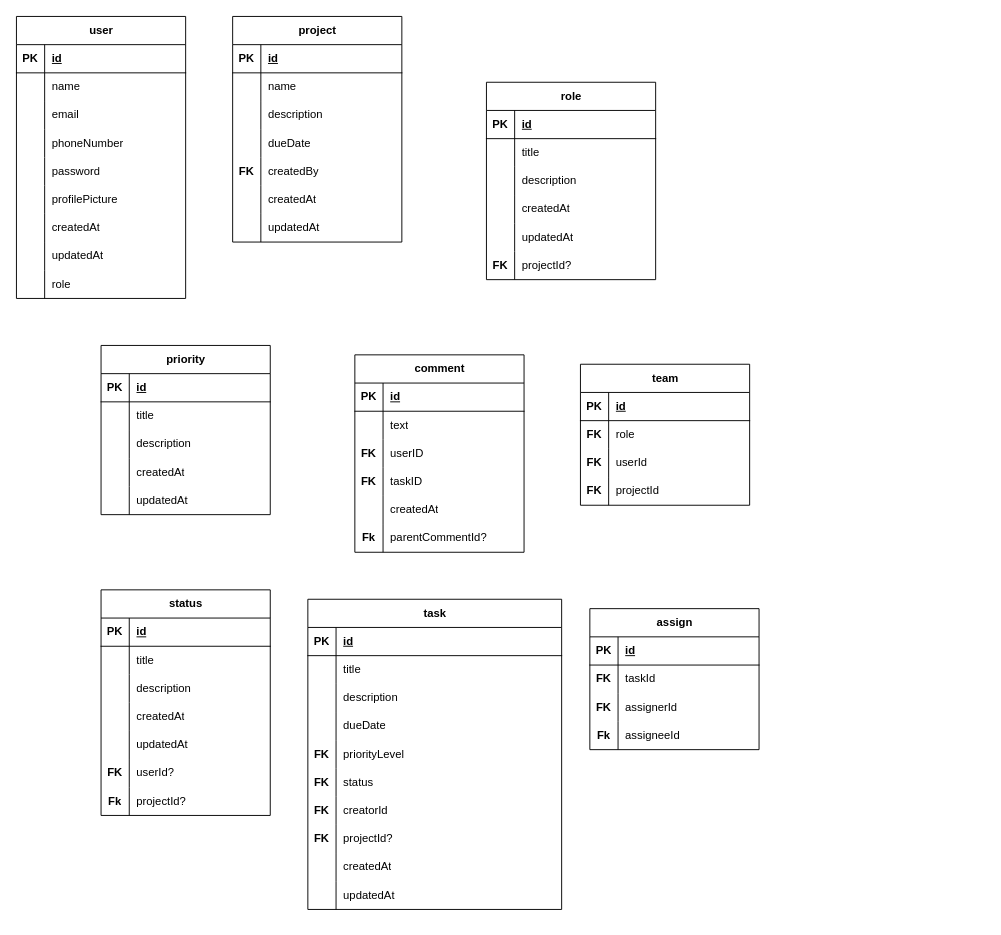
Earlier version of the draw.io diagram TaskProERD.drawio (hossain101199/AtichTaskAuth). Source tidied: cells renumbered, new cells numbered last; positions are measured from the earlier drawing's top-left corner, leaving out a move shared by most shapes. Both pictures are drawn from the tidied source at 94%, with x=0, y=0 at pixel (16, 16).
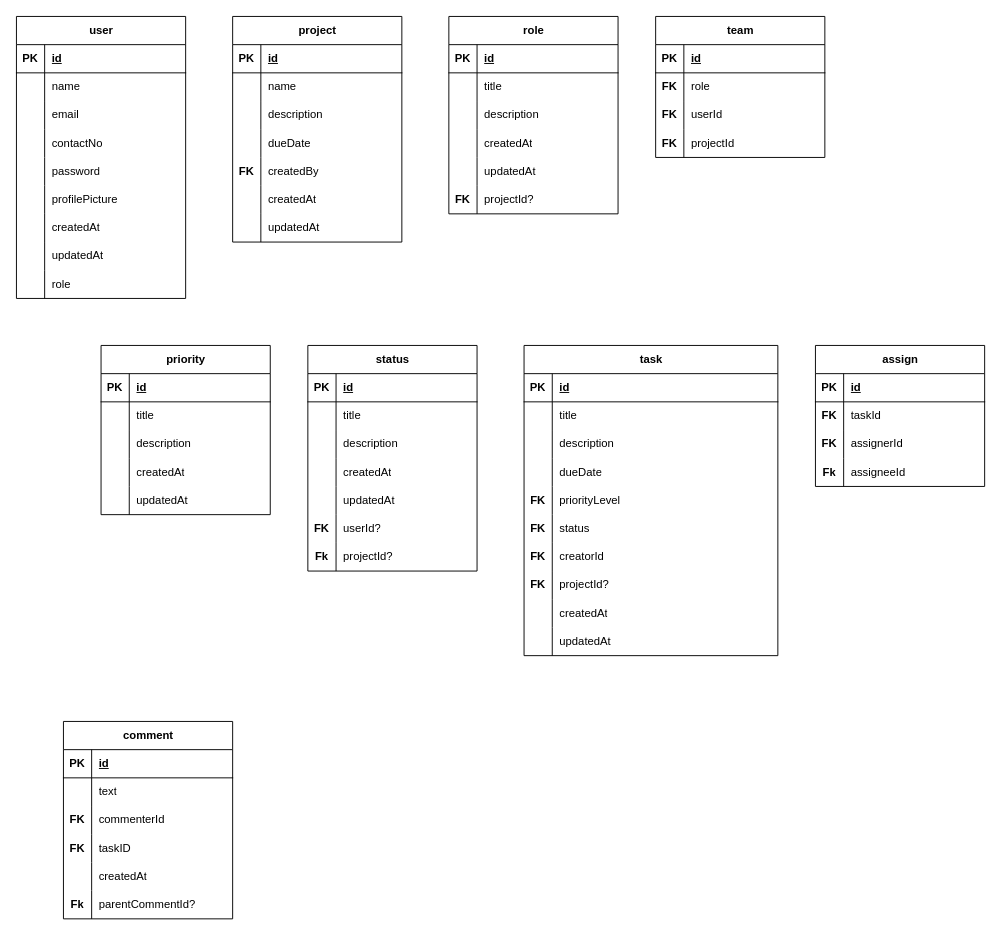
After the change.

Unchanged cells that the change refers to:
```xml
<mxCell id="12" style="shape=tableRow;horizontal=0;startSize=0;swimlaneHead=0;swimlaneBody=0;fillColor=none;top=0;left=0;right=0;bottom=0;" parent="2" vertex="1">
  <mxGeometry y="120" width="180" height="30" as="geometry" />
</mxCell>
<mxCell id="138" style="shape=tableRow;horizontal=0;startSize=0;swimlaneHead=0;swimlaneBody=0;fillColor=none;top=0;left=0;right=0;bottom=0;" parent="131" vertex="1">
  <mxGeometry y="90" width="180" height="30" as="geometry" />
</mxCell>
```

The edit, as a diff of the source:
```diff
@@
-    <mxCell id="14" value="phoneNumber" style="shape=partialRectangle;fillColor=none;top=0;left=0;bottom=0;right=0;align=left;spacingLeft=6;overflow=hidden;whiteSpace=wrap;html=1;" parent="12" vertex="1">
+    <mxCell id="14" value="contactNo" style="shape=partialRectangle;fillColor=none;top=0;left=0;bottom=0;right=0;align=left;spacingLeft=6;overflow=hidden;whiteSpace=wrap;html=1;" parent="12" vertex="1">
       <mxGeometry x="30" width="150" height="30" as="geometry" />
     </mxCell>
@@
     <mxCell id="30" value="status" style="shape=table;startSize=30;childLayout=tableLayout;rowLines=0;fontStyle=1;align=center;html=1;" parent="1" vertex="1">
-      <mxGeometry x="90" y="610" width="180" height="240" as="geometry" />
+      <mxGeometry x="310" y="350" width="180" height="240" as="geometry" />
     </mxCell>
@@
     <mxCell id="68" value="team" style="shape=table;startSize=30;childLayout=tableLayout;rowLines=0;fontStyle=1;align=center;html=1;" parent="1" vertex="1">
-      <mxGeometry x="600" y="370" width="180" height="150" as="geometry" />
+      <mxGeometry x="680" width="180" height="150" as="geometry" />
     </mxCell>
@@
     <mxCell id="81" value="role" style="shape=table;startSize=30;childLayout=tableLayout;rowLines=0;fontStyle=1;align=center;html=1;" parent="1" vertex="1">
-      <mxGeometry x="500" y="70" width="180" height="210" as="geometry" />
+      <mxGeometry x="460" width="180" height="210" as="geometry" />
     </mxCell>
@@
     <mxCell id="100" value="task" style="shape=table;startSize=30;childLayout=tableLayout;rowLines=0;fontStyle=1;align=center;html=1;" parent="1" vertex="1">
-      <mxGeometry x="310" y="620" width="270" height="330" as="geometry" />
+      <mxGeometry x="540" y="350" width="270" height="330" as="geometry" />
     </mxCell>
@@
     <mxCell id="131" value="comment" style="shape=table;startSize=30;childLayout=tableLayout;rowLines=0;fontStyle=1;align=center;html=1;" parent="1" vertex="1">
-      <mxGeometry x="360" y="360" width="180" height="210" as="geometry" />
+      <mxGeometry x="50" y="750" width="180" height="210" as="geometry" />
     </mxCell>
@@
-    <mxCell id="140" value="userID" style="shape=partialRectangle;fillColor=none;top=0;left=0;bottom=0;right=0;align=left;spacingLeft=6;overflow=hidden;whiteSpace=wrap;html=1;" parent="138" vertex="1">
+    <mxCell id="140" value="commenterId" style="shape=partialRectangle;fillColor=none;top=0;left=0;bottom=0;right=0;align=left;spacingLeft=6;overflow=hidden;whiteSpace=wrap;html=1;" parent="138" vertex="1">
       <mxGeometry x="30" width="150" height="30" as="geometry" />
     </mxCell>
@@
     <mxCell id="172" value="assign" style="shape=table;startSize=30;childLayout=tableLayout;rowLines=0;fontStyle=1;align=center;html=1;" parent="1" vertex="1">
-      <mxGeometry x="610" y="630" width="180" height="150" as="geometry" />
+      <mxGeometry x="850" y="350" width="180" height="150" as="geometry" />
     </mxCell>
```
